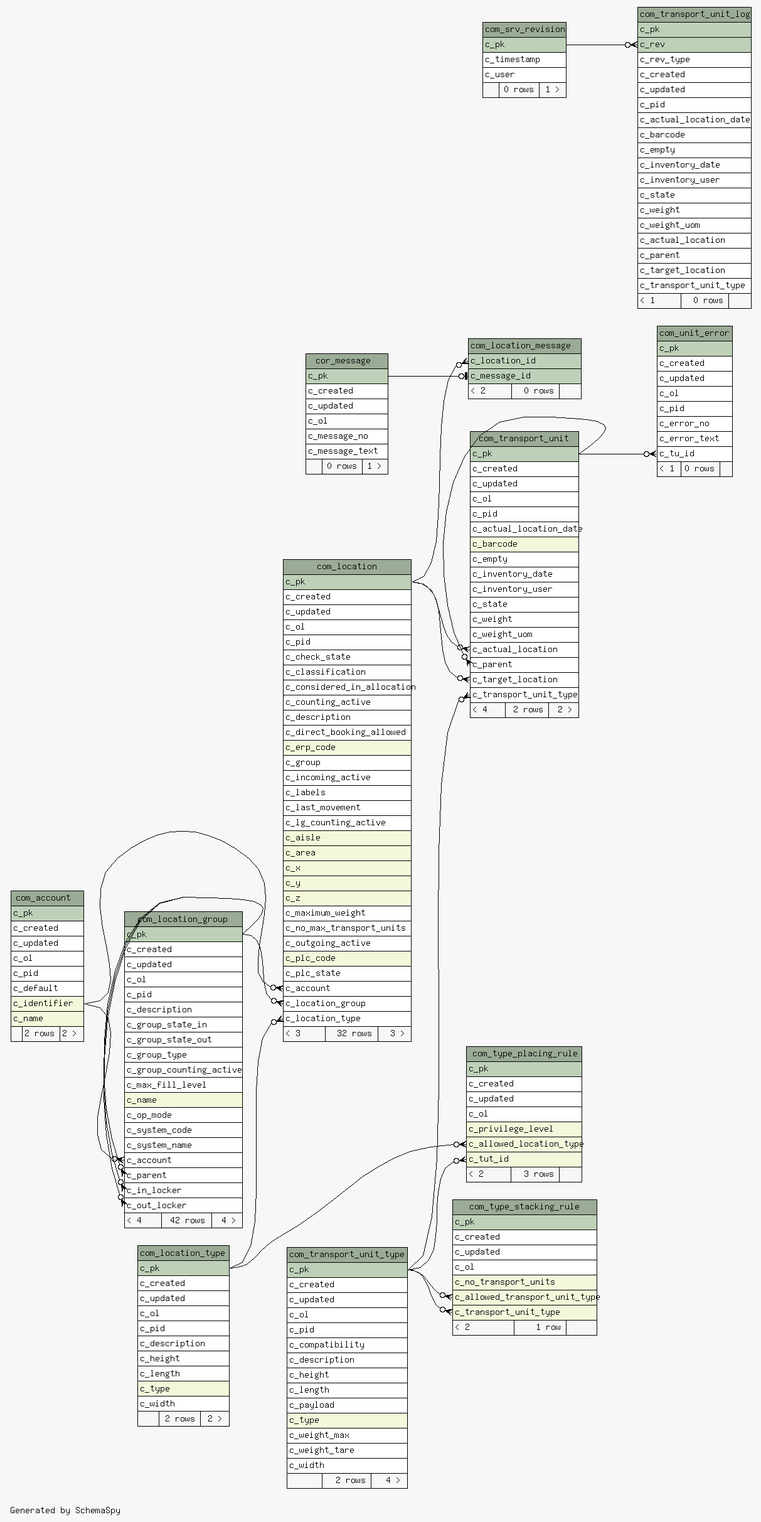
This is 1.7.0-SNAPSHOT/schemaspy/diagrams/summary/relationships.real.large.png from openwms/org.openwms.common.service.lib, a Graphviz export, as it was before one commit. Its source is kept beside it as 1.7.0-SNAPSHOT/schemaspy/diagrams/summary/relationships.real.large.dot.
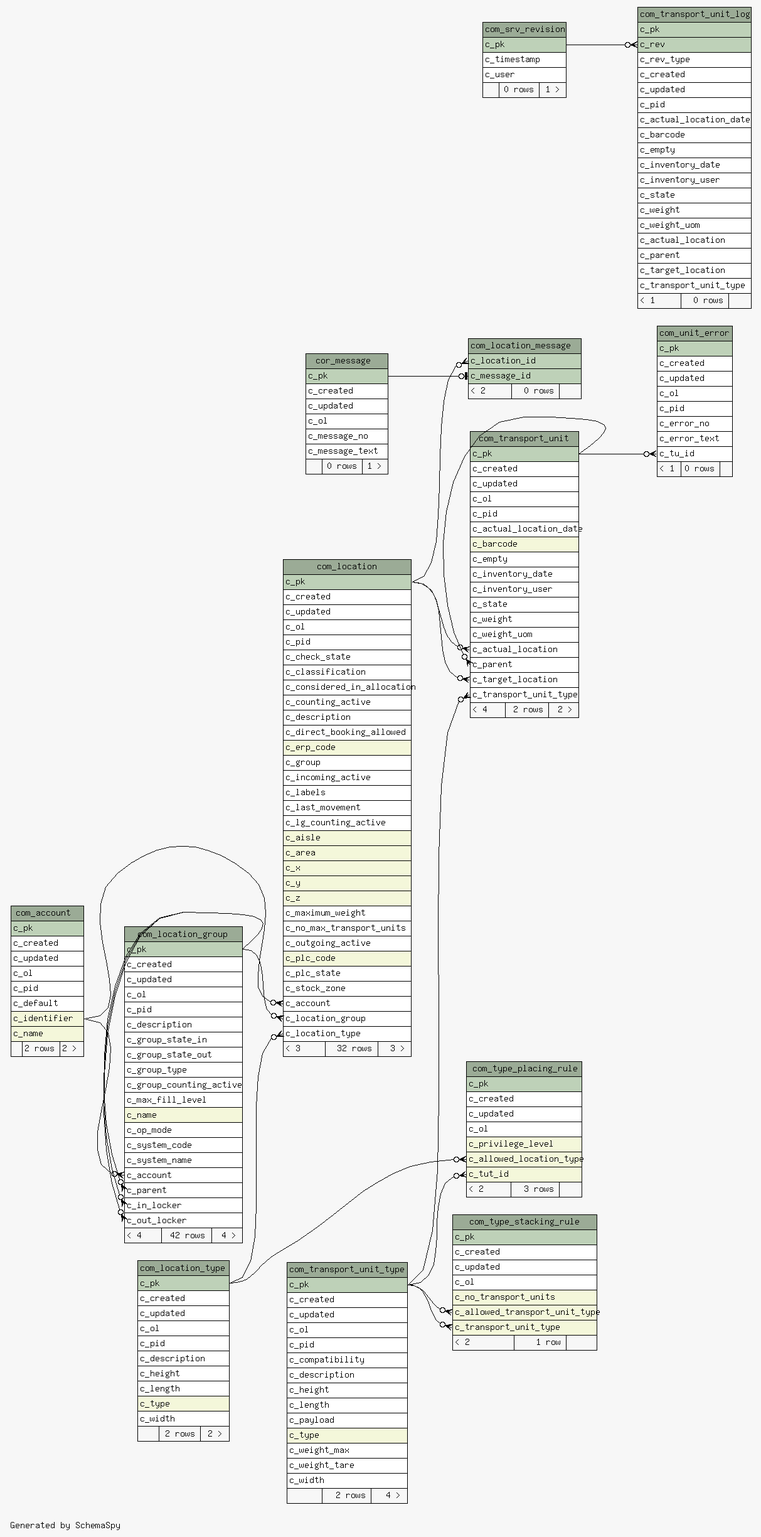
Above is the later version.

What changed in the source:
```diff
@@ -65,6 +65,7 @@
       <TR><TD PORT="c_outgoing_active" COLSPAN="3" ALIGN="LEFT">c_outgoing_active</TD></TR>
       <TR><TD PORT="c_plc_code" COLSPAN="3" BGCOLOR="#f4f7da" ALIGN="LEFT">c_plc_code</TD></TR>
       <TR><TD PORT="c_plc_state" COLSPAN="3" ALIGN="LEFT">c_plc_state</TD></TR>
+      <TR><TD PORT="c_stock_zone" COLSPAN="3" ALIGN="LEFT">c_stock_zone</TD></TR>
       <TR><TD PORT="c_account" COLSPAN="3" ALIGN="LEFT">c_account</TD></TR>
       <TR><TD PORT="c_location_group" COLSPAN="3" ALIGN="LEFT">c_location_group</TD></TR>
       <TR><TD PORT="c_location_type" COLSPAN="3" ALIGN="LEFT">c_location_type</TD></TR>
```
